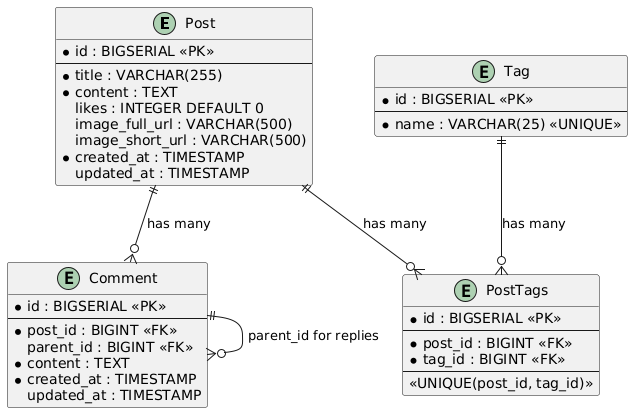
ksa-git-01/middle-java-sprint-3 keeps this PlantUML diagram as src/main/diagrams/generated/er-diagram.png. Above is the earlier version.
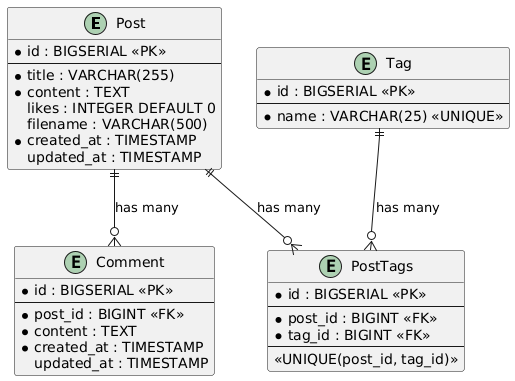
After the commit.

Commit message:
Auto-generate PlantUML diagrams [skip ci]

The edit, as a diff of the source:
```diff
@@ -5,8 +5,7 @@
   * title : VARCHAR(255)
   * content : TEXT
   likes : INTEGER DEFAULT 0
-  image_full_url : VARCHAR(500)
-  image_short_url : VARCHAR(500)
+  filename : VARCHAR(500)
   * created_at : TIMESTAMP
   updated_at : TIMESTAMP
 }
@@ -15,7 +14,6 @@
   * id : BIGSERIAL <<PK>>
   --
   * post_id : BIGINT <<FK>>
-  parent_id : BIGINT <<FK>>
   * content : TEXT
   * created_at : TIMESTAMP
   updated_at : TIMESTAMP
@@ -39,6 +37,5 @@
 Post ||--o{ Comment : "has many"
 Post ||--o{ PostTags : "has many"
 Tag ||--o{ PostTags : "has many"
-Comment ||--o{ Comment : "parent_id for replies"
 
 @enduml
```
